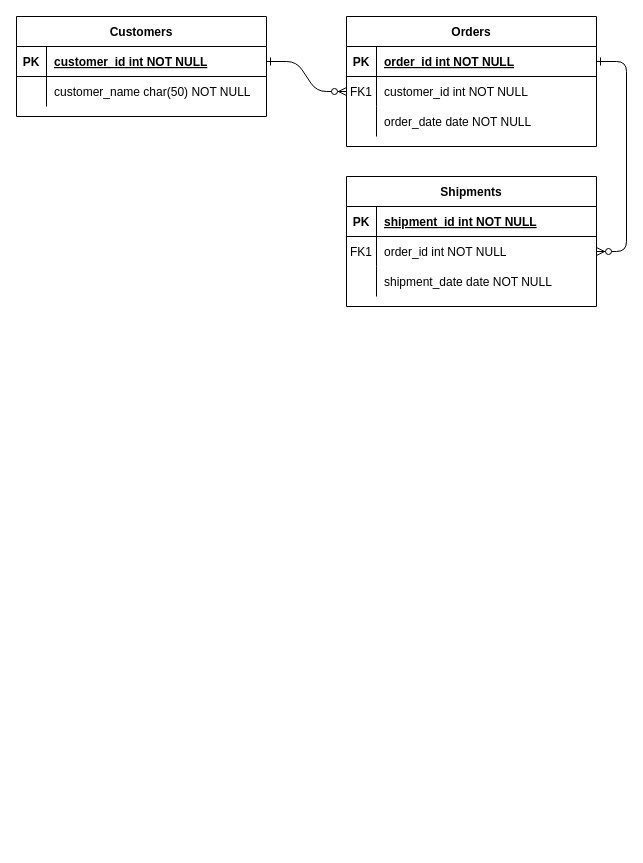
Above: Untitled Diagram.drawio in alifatur323/intern-bootcamp-bri (draw.io), before the change. Source tidied: cells renumbered, new cells numbered last; positions are measured from the earlier drawing's top-left corner, leaving out a move shared by most shapes. Both pictures are drawn from the tidied source at 100%, with x=0, y=0 at pixel (16, 16).
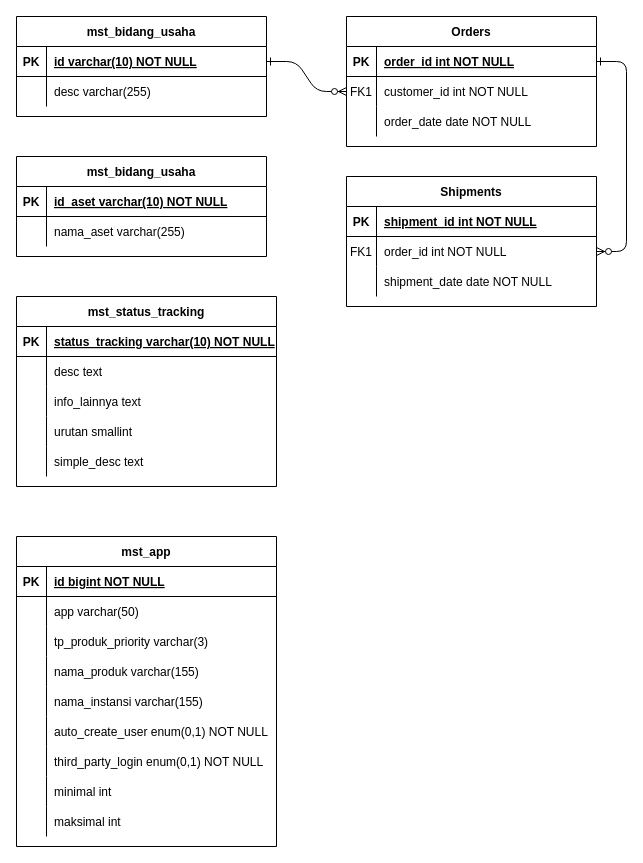
After the change.

The change refers to these unchanged cells:
```xml
<mxCell id="25" style="shape=partialRectangle;fillColor=none;points=[[0,0.5],[1,0.5]];portConstraint=eastwest;top=0;left=0;right=0;bottom=1;" parent="24" vertex="1">
  <mxGeometry y="30" width="250" height="30" as="geometry" />
</mxCell>
<mxCell id="28" style="shape=partialRectangle;fillColor=none;top=0;left=0;right=0;bottom=0;" parent="24" vertex="1">
  <mxGeometry y="60" width="250" height="30" as="geometry" />
</mxCell>
```

What changed in the source:
```diff
@@
-    <mxCell id="24" value="Customers" style="shape=table;startSize=30;childLayout=tableLayout;rowLines=0;fontStyle=1;align=center;" parent="1" vertex="1">
+    <mxCell id="24" value="mst_bidang_usaha" style="shape=table;startSize=30;childLayout=tableLayout;rowLines=0;fontStyle=1;align=center;" parent="1" vertex="1">
       <mxGeometry width="250" height="100" as="geometry" />
     </mxCell>
@@
-    <mxCell id="27" value="customer_id int NOT NULL " style="shape=partialRectangle;overflow=hidden;fillColor=none;top=0;left=0;bottom=0;right=0;align=left;spacingLeft=6;fontStyle=5;" parent="25" vertex="1">
+    <mxCell id="27" value="id varchar(10) NOT NULL " style="shape=partialRectangle;overflow=hidden;fillColor=none;top=0;left=0;bottom=0;right=0;align=left;spacingLeft=6;fontStyle=5;" parent="25" vertex="1">
       <mxGeometry x="30" width="220" height="30" as="geometry" />
     </mxCell>
@@
-    <mxCell id="30" value="customer_name char(50) NOT NULL" style="shape=partialRectangle;overflow=hidden;fillColor=none;top=0;left=0;bottom=0;right=0;align=left;spacingLeft=6;" parent="28" vertex="1">
+    <mxCell id="30" value="desc varchar(255)" style="shape=partialRectangle;overflow=hidden;fillColor=none;top=0;left=0;bottom=0;right=0;align=left;spacingLeft=6;" parent="28" vertex="1">
       <mxGeometry x="30" width="220" height="30" as="geometry" />
     </mxCell>
+    <mxCell id="31" value="mst_bidang_usaha" style="shape=table;startSize=30;childLayout=tableLayout;rowLines=0;fontStyle=1;align=center;" parent="1" vertex="1">
+      <mxGeometry y="140" width="250" height="100" as="geometry" />
+    </mxCell>
+    <mxCell id="32" style="shape=partialRectangle;fillColor=none;top=0;left=0;right=0;bottom=1;" parent="31" vertex="1">
+      <mxGeometry y="30" width="250" height="30" as="geometry" />
+    </mxCell>
+    <mxCell id="33" value="PK" style="shape=partialRectangle;overflow=hidden;fillColor=none;top=0;left=0;bottom=0;right=0;fontStyle=1;" parent="32" vertex="1">
+      <mxGeometry width="30" height="30" as="geometry" />
+    </mxCell>
+    <mxCell id="34" value="id_aset varchar(10) NOT NULL " style="shape=partialRectangle;overflow=hidden;fillColor=none;top=0;left=0;bottom=0;right=0;align=left;spacingLeft=6;fontStyle=5;" parent="32" vertex="1">
+      <mxGeometry x="30" width="220" height="30" as="geometry" />
+    </mxCell>
+    <mxCell id="35" style="shape=partialRectangle;fillColor=none;top=0;left=0;right=0;bottom=0;" parent="31" vertex="1">
+      <mxGeometry y="60" width="250" height="30" as="geometry" />
+    </mxCell>
+    <mxCell id="36" style="shape=partialRectangle;overflow=hidden;fillColor=none;top=0;left=0;bottom=0;right=0;" parent="35" vertex="1">
+      <mxGeometry width="30" height="30" as="geometry" />
+    </mxCell>
+    <mxCell id="37" value="nama_aset varchar(255)" style="shape=partialRectangle;overflow=hidden;fillColor=none;top=0;left=0;bottom=0;right=0;align=left;spacingLeft=6;" parent="35" vertex="1">
+      <mxGeometry x="30" width="220" height="30" as="geometry" />
+    </mxCell>
+    <mxCell id="38" value="mst_status_tracking" style="shape=table;startSize=30;childLayout=tableLayout;rowLines=0;fontStyle=1;align=center;" parent="1" vertex="1">
+      <mxGeometry y="280" width="260" height="190" as="geometry" />
+    </mxCell>
+    <mxCell id="39" style="shape=partialRectangle;fillColor=none;top=0;left=0;right=0;bottom=1;" parent="38" vertex="1">
+      <mxGeometry y="30" width="260" height="30" as="geometry" />
+    </mxCell>
+    <mxCell id="40" value="PK" style="shape=partialRectangle;overflow=hidden;fillColor=none;top=0;left=0;bottom=0;right=0;fontStyle=1;" parent="39" vertex="1">
+      <mxGeometry width="30" height="30" as="geometry" />
+    </mxCell>
+    <mxCell id="41" value="status_tracking varchar(10) NOT NULL " style="shape=partialRectangle;overflow=hidden;fillColor=none;top=0;left=0;bottom=0;right=0;align=left;spacingLeft=6;fontStyle=5;" parent="39" vertex="1">
+      <mxGeometry x="30" width="230" height="30" as="geometry" />
+    </mxCell>
+    <mxCell id="42" style="shape=partialRectangle;fillColor=none;top=0;left=0;right=0;bottom=0;" parent="38" vertex="1">
+      <mxGeometry y="60" width="260" height="30" as="geometry" />
+    </mxCell>
+    <mxCell id="43" style="shape=partialRectangle;overflow=hidden;fillColor=none;top=0;left=0;bottom=0;right=0;" parent="42" vertex="1">
+      <mxGeometry width="30" height="30" as="geometry" />
+    </mxCell>
+    <mxCell id="44" value="desc text" style="shape=partialRectangle;overflow=hidden;fillColor=none;top=0;left=0;bottom=0;right=0;align=left;spacingLeft=6;" parent="42" vertex="1">
+      <mxGeometry x="30" width="230" height="30" as="geometry" />
+    </mxCell>
+    <mxCell id="45" style="shape=partialRectangle;fillColor=none;top=0;left=0;right=0;bottom=0;" parent="38" vertex="1">
+      <mxGeometry y="90" width="260" height="30" as="geometry" />
+    </mxCell>
+    <mxCell id="46" style="shape=partialRectangle;overflow=hidden;fillColor=none;top=0;left=0;bottom=0;right=0;" parent="45" vertex="1">
+      <mxGeometry width="30" height="30" as="geometry" />
+    </mxCell>
+    <mxCell id="47" value="info_lainnya text" style="shape=partialRectangle;overflow=hidden;fillColor=none;top=0;left=0;bottom=0;right=0;align=left;spacingLeft=6;" parent="45" vertex="1">
+      <mxGeometry x="30" width="230" height="30" as="geometry" />
+    </mxCell>
+    <mxCell id="48" style="shape=partialRectangle;fillColor=none;top=0;left=0;right=0;bottom=0;" parent="38" vertex="1">
+      <mxGeometry y="120" width="260" height="30" as="geometry" />
+    </mxCell>
+    <mxCell id="49" style="shape=partialRectangle;overflow=hidden;fillColor=none;top=0;left=0;bottom=0;right=0;" parent="48" vertex="1">
+      <mxGeometry width="30" height="30" as="geometry" />
+    </mxCell>
+    <mxCell id="50" value="urutan smallint" style="shape=partialRectangle;overflow=hidden;fillColor=none;top=0;left=0;bottom=0;right=0;align=left;spacingLeft=6;" parent="48" vertex="1">
+      <mxGeometry x="30" width="230" height="30" as="geometry" />
+    </mxCell>
+    <mxCell id="51" style="shape=partialRectangle;fillColor=none;top=0;left=0;right=0;bottom=0;" parent="38" vertex="1">
+      <mxGeometry y="150" width="260" height="30" as="geometry" />
+    </mxCell>
+    <mxCell id="52" style="shape=partialRectangle;overflow=hidden;fillColor=none;top=0;left=0;bottom=0;right=0;" parent="51" vertex="1">
+      <mxGeometry width="30" height="30" as="geometry" />
+    </mxCell>
+    <mxCell id="53" value="simple_desc text" style="shape=partialRectangle;overflow=hidden;fillColor=none;top=0;left=0;bottom=0;right=0;align=left;spacingLeft=6;" parent="51" vertex="1">
+      <mxGeometry x="30" width="230" height="30" as="geometry" />
+    </mxCell>
+    <mxCell id="54" value="mst_app" style="shape=table;startSize=30;childLayout=tableLayout;rowLines=0;fontStyle=1;align=center;" parent="1" vertex="1">
+      <mxGeometry y="520" width="260" height="310" as="geometry" />
+    </mxCell>
+    <mxCell id="55" style="shape=partialRectangle;fillColor=none;top=0;left=0;right=0;bottom=1;" parent="54" vertex="1">
+      <mxGeometry y="30" width="260" height="30" as="geometry" />
+    </mxCell>
+    <mxCell id="56" value="PK" style="shape=partialRectangle;overflow=hidden;fillColor=none;top=0;left=0;bottom=0;right=0;fontStyle=1;" parent="55" vertex="1">
+      <mxGeometry width="30" height="30" as="geometry" />
+    </mxCell>
+    <mxCell id="57" value="id bigint NOT NULL " style="shape=partialRectangle;overflow=hidden;fillColor=none;top=0;left=0;bottom=0;right=0;align=left;spacingLeft=6;fontStyle=5;" parent="55" vertex="1">
+      <mxGeometry x="30" width="230" height="30" as="geometry" />
+    </mxCell>
+    <mxCell id="58" style="shape=partialRectangle;fillColor=none;top=0;left=0;right=0;bottom=0;" parent="54" vertex="1">
+      <mxGeometry y="60" width="260" height="30" as="geometry" />
+    </mxCell>
+    <mxCell id="59" style="shape=partialRectangle;overflow=hidden;fillColor=none;top=0;left=0;bottom=0;right=0;" parent="58" vertex="1">
+      <mxGeometry width="30" height="30" as="geometry" />
+    </mxCell>
+    <mxCell id="60" value="app varchar(50)" style="shape=partialRectangle;overflow=hidden;fillColor=none;top=0;left=0;bottom=0;right=0;align=left;spacingLeft=6;" parent="58" vertex="1">
+      <mxGeometry x="30" width="230" height="30" as="geometry" />
+    </mxCell>
+    <mxCell id="61" style="shape=partialRectangle;fillColor=none;top=0;left=0;right=0;bottom=0;" parent="54" vertex="1">
+      <mxGeometry y="90" width="260" height="30" as="geometry" />
+    </mxCell>
+    <mxCell id="62" style="shape=partialRectangle;overflow=hidden;fillColor=none;top=0;left=0;bottom=0;right=0;" parent="61" vertex="1">
+      <mxGeometry width="30" height="30" as="geometry" />
+    </mxCell>
+    <mxCell id="63" value="tp_produk_priority varchar(3)" style="shape=partialRectangle;overflow=hidden;fillColor=none;top=0;left=0;bottom=0;right=0;align=left;spacingLeft=6;" parent="61" vertex="1">
+      <mxGeometry x="30" width="230" height="30" as="geometry" />
+    </mxCell>
+    <mxCell id="64" style="shape=partialRectangle;fillColor=none;top=0;left=0;right=0;bottom=0;" parent="54" vertex="1">
+      <mxGeometry y="120" width="260" height="30" as="geometry" />
+    </mxCell>
+    <mxCell id="65" style="shape=partialRectangle;overflow=hidden;fillColor=none;top=0;left=0;bottom=0;right=0;" parent="64" vertex="1">
+      <mxGeometry width="30" height="30" as="geometry" />
+    </mxCell>
+    <mxCell id="66" value="nama_produk varchar(155)" style="shape=partialRectangle;overflow=hidden;fillColor=none;top=0;left=0;bottom=0;right=0;align=left;spacingLeft=6;" parent="64" vertex="1">
+      <mxGeometry x="30" width="230" height="30" as="geometry" />
+    </mxCell>
+    <mxCell id="67" style="shape=partialRectangle;fillColor=none;top=0;left=0;right=0;bottom=0;" parent="54" vertex="1">
+      <mxGeometry y="150" width="260" height="30" as="geometry" />
+    </mxCell>
+    <mxCell id="68" style="shape=partialRectangle;overflow=hidden;fillColor=none;top=0;left=0;bottom=0;right=0;" parent="67" vertex="1">
+      <mxGeometry width="30" height="30" as="geometry" />
+    </mxCell>
+    <mxCell id="69" value="nama_instansi varchar(155)" style="shape=partialRectangle;overflow=hidden;fillColor=none;top=0;left=0;bottom=0;right=0;align=left;spacingLeft=6;" parent="67" vertex="1">
+      <mxGeometry x="30" width="230" height="30" as="geometry" />
+    </mxCell>
+    <mxCell id="70" style="shape=partialRectangle;fillColor=none;top=0;left=0;right=0;bottom=0;" parent="54" vertex="1">
+      <mxGeometry y="180" width="260" height="30" as="geometry" />
+    </mxCell>
+    <mxCell id="71" style="shape=partialRectangle;overflow=hidden;fillColor=none;top=0;left=0;bottom=0;right=0;" parent="70" vertex="1">
+      <mxGeometry width="30" height="30" as="geometry" />
+    </mxCell>
+    <mxCell id="72" value="auto_create_user enum(0,1) NOT NULL" style="shape=partialRectangle;overflow=hidden;fillColor=none;top=0;left=0;bottom=0;right=0;align=left;spacingLeft=6;" parent="70" vertex="1">
+      <mxGeometry x="30" width="230" height="30" as="geometry" />
+    </mxCell>
+    <mxCell id="73" style="shape=partialRectangle;fillColor=none;top=0;left=0;right=0;bottom=0;" parent="54" vertex="1">
+      <mxGeometry y="210" width="260" height="30" as="geometry" />
+    </mxCell>
+    <mxCell id="74" style="shape=partialRectangle;overflow=hidden;fillColor=none;top=0;left=0;bottom=0;right=0;" parent="73" vertex="1">
+      <mxGeometry width="30" height="30" as="geometry" />
+    </mxCell>
+    <mxCell id="75" value="third_party_login enum(0,1) NOT NULL" style="shape=partialRectangle;overflow=hidden;fillColor=none;top=0;left=0;bottom=0;right=0;align=left;spacingLeft=6;" parent="73" vertex="1">
+      <mxGeometry x="30" width="230" height="30" as="geometry" />
+    </mxCell>
+    <mxCell id="76" style="shape=partialRectangle;fillColor=none;top=0;left=0;right=0;bottom=0;" parent="54" vertex="1">
+      <mxGeometry y="240" width="260" height="30" as="geometry" />
+    </mxCell>
+    <mxCell id="77" style="shape=partialRectangle;overflow=hidden;fillColor=none;top=0;left=0;bottom=0;right=0;" parent="76" vertex="1">
+      <mxGeometry width="30" height="30" as="geometry" />
+    </mxCell>
+    <mxCell id="78" value="minimal int" style="shape=partialRectangle;overflow=hidden;fillColor=none;top=0;left=0;bottom=0;right=0;align=left;spacingLeft=6;" parent="76" vertex="1">
+      <mxGeometry x="30" width="230" height="30" as="geometry" />
+    </mxCell>
+    <mxCell id="79" style="shape=partialRectangle;fillColor=none;top=0;left=0;right=0;bottom=0;" parent="54" vertex="1">
+      <mxGeometry y="270" width="260" height="30" as="geometry" />
+    </mxCell>
+    <mxCell id="80" style="shape=partialRectangle;overflow=hidden;fillColor=none;top=0;left=0;bottom=0;right=0;" parent="79" vertex="1">
+      <mxGeometry width="30" height="30" as="geometry" />
+    </mxCell>
+    <mxCell id="81" value="maksimal int" style="shape=partialRectangle;overflow=hidden;fillColor=none;top=0;left=0;bottom=0;right=0;align=left;spacingLeft=6;" parent="79" vertex="1">
+      <mxGeometry x="30" width="230" height="30" as="geometry" />
+    </mxCell>
```
